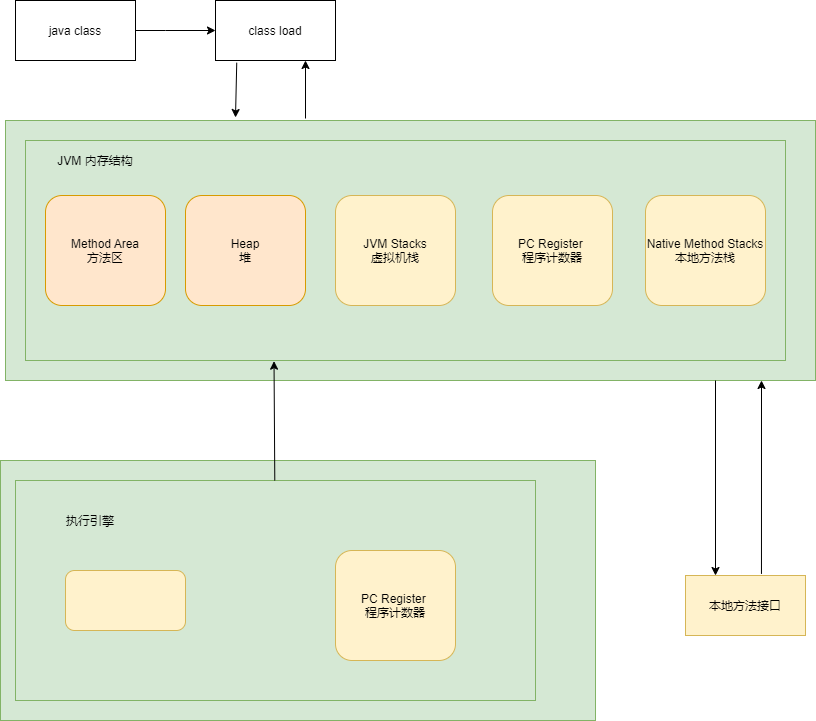
Above: Untitled Diagram.png in wangruiling/MarkdownPhotos (draw.io), before the change. Source tidied: cells renumbered, new cells last; positions are measured from the earlier drawing's top-left corner, leaving out a move shared by most shapes.
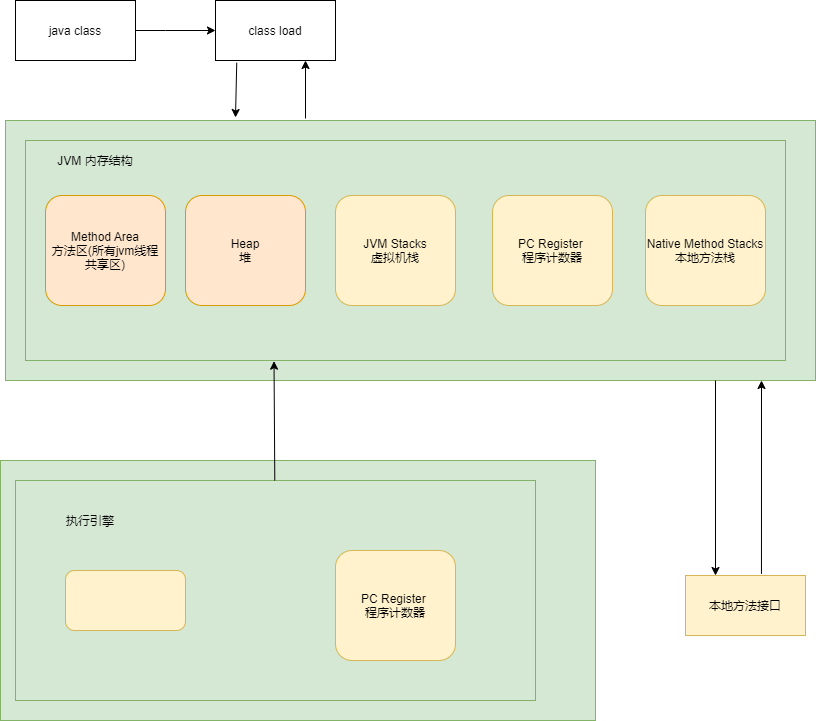
After the commit.

Diff of the diagram source:
```diff
@@ -75,7 +75,7 @@
     <mxCell id="21" value="Heap&lt;br&gt;堆" style="rounded=1;whiteSpace=wrap;html=1;fillColor=#ffe6cc;strokeColor=#d79b00;" parent="1" vertex="1">
       <mxGeometry x="185" y="195" width="120" height="110" as="geometry" />
     </mxCell>
-    <mxCell id="22" value="Method&amp;nbsp;Area&lt;br&gt;方法区" style="rounded=1;whiteSpace=wrap;html=1;fillColor=#ffe6cc;strokeColor=#d79b00;" parent="1" vertex="1">
+    <mxCell id="22" value="Method&amp;nbsp;Area&lt;br&gt;方法区(所有jvm线程共享区)" style="rounded=1;whiteSpace=wrap;html=1;fillColor=#ffe6cc;strokeColor=#d79b00;" parent="1" vertex="1">
       <mxGeometry x="45" y="195" width="120" height="110" as="geometry" />
     </mxCell>
     <mxCell id="23" style="endArrow=classic;html=1;entryX=0.327;entryY=1.003;entryDx=0;entryDy=0;entryPerimeter=0;" parent="1" edge="1" source="12" target="3">
```
